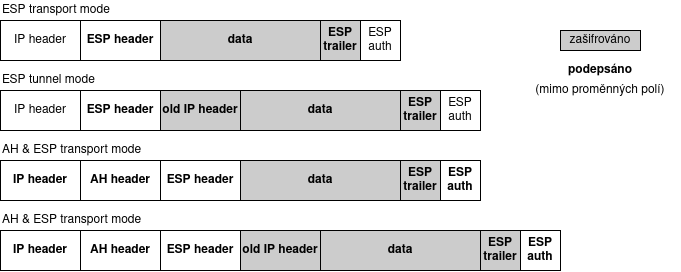
Above: BPC-IC2/images/ipsec-modes.png in VUT-FEKT-IBE/BPC-IBE-SZZ (draw.io), before the change. Source tidied: cells renumbered, new cells last; positions are measured from the earlier drawing's top-left corner, leaving out a move shared by most shapes. Its diagram source:
```xml
<mxGraphModel>
  <root>
    <mxCell id="0" />
    <mxCell id="1" parent="0" />
    <mxCell id="2" value="IP header" style="rounded=0;whiteSpace=wrap;html=1;" parent="1" vertex="1">
      <mxGeometry y="20" width="80" height="40" as="geometry" />
    </mxCell>
    <mxCell id="3" value="ESP header" style="rounded=0;whiteSpace=wrap;html=1;fontStyle=1;" parent="1" vertex="1">
      <mxGeometry x="80" y="20" width="80" height="40" as="geometry" />
    </mxCell>
    <mxCell id="4" value="data" style="rounded=0;whiteSpace=wrap;html=1;gradientDirection=north;fillColor=#CCCCCC;fontStyle=1;" parent="1" vertex="1">
      <mxGeometry x="160" y="20" width="160" height="40" as="geometry" />
    </mxCell>
    <mxCell id="5" value="ESP trailer" style="rounded=0;whiteSpace=wrap;html=1;gradientDirection=north;fillColor=#CCCCCC;fontStyle=1;" parent="1" vertex="1">
      <mxGeometry x="320" y="20" width="40" height="40" as="geometry" />
    </mxCell>
    <mxCell id="6" value="ESP auth" style="rounded=0;whiteSpace=wrap;html=1;" parent="1" vertex="1">
      <mxGeometry x="360" y="20" width="40" height="40" as="geometry" />
    </mxCell>
    <mxCell id="7" value="podepsáno" style="text;html=1;strokeColor=none;fillColor=none;align=center;verticalAlign=middle;whiteSpace=wrap;rounded=0;fontStyle=1;" parent="1" vertex="1">
      <mxGeometry x="560" y="60" width="80" height="20" as="geometry" />
    </mxCell>
    <mxCell id="8" value="IP header" style="rounded=0;whiteSpace=wrap;html=1;" parent="1" vertex="1">
      <mxGeometry y="90" width="80" height="40" as="geometry" />
    </mxCell>
    <mxCell id="9" value="ESP header" style="rounded=0;whiteSpace=wrap;html=1;fontStyle=1;" parent="1" vertex="1">
      <mxGeometry x="80" y="90" width="80" height="40" as="geometry" />
    </mxCell>
    <mxCell id="10" value="data" style="rounded=0;whiteSpace=wrap;html=1;fillColor=#CCCCCC;fontStyle=1;" parent="1" vertex="1">
      <mxGeometry x="240" y="90" width="160" height="40" as="geometry" />
    </mxCell>
    <mxCell id="11" value="ESP trailer" style="rounded=0;whiteSpace=wrap;html=1;fillColor=#CCCCCC;fontStyle=1;" parent="1" vertex="1">
      <mxGeometry x="400" y="90" width="40" height="40" as="geometry" />
    </mxCell>
    <mxCell id="12" value="ESP auth" style="rounded=0;whiteSpace=wrap;html=1;" parent="1" vertex="1">
      <mxGeometry x="440" y="90" width="40" height="40" as="geometry" />
    </mxCell>
    <mxCell id="13" value="ESP tunnel mode" style="text;html=1;strokeColor=none;fillColor=none;align=left;verticalAlign=middle;whiteSpace=wrap;rounded=0;" parent="1" vertex="1">
      <mxGeometry y="70" width="160" height="20" as="geometry" />
    </mxCell>
    <mxCell id="14" value="old IP header" style="rounded=0;whiteSpace=wrap;html=1;fillColor=#CCCCCC;fontStyle=1;" parent="1" vertex="1">
      <mxGeometry x="160" y="90" width="80" height="40" as="geometry" />
    </mxCell>
    <mxCell id="15" value="zašifrováno" style="rounded=0;whiteSpace=wrap;html=1;fillColor=#CCCCCC;" parent="1" vertex="1">
      <mxGeometry x="560" y="30" width="80" height="20" as="geometry" />
    </mxCell>
    <mxCell id="16" value="ESP transport mode" style="text;html=1;strokeColor=none;fillColor=none;align=left;verticalAlign=middle;whiteSpace=wrap;rounded=0;" parent="1" vertex="1">
      <mxGeometry width="160" height="20" as="geometry" />
    </mxCell>
    <mxCell id="17" value="IP header" style="rounded=0;whiteSpace=wrap;html=1;fontStyle=1;" parent="1" vertex="1">
      <mxGeometry y="160" width="80" height="40" as="geometry" />
    </mxCell>
    <mxCell id="18" value="ESP header" style="rounded=0;whiteSpace=wrap;html=1;fontStyle=1;" parent="1" vertex="1">
      <mxGeometry x="160" y="160" width="80" height="40" as="geometry" />
    </mxCell>
    <mxCell id="19" value="data" style="rounded=0;whiteSpace=wrap;html=1;gradientDirection=north;fillColor=#CCCCCC;fontStyle=1;" parent="1" vertex="1">
      <mxGeometry x="240" y="160" width="160" height="40" as="geometry" />
    </mxCell>
    <mxCell id="20" value="ESP trailer" style="rounded=0;whiteSpace=wrap;html=1;gradientDirection=north;fillColor=#CCCCCC;fontStyle=1;" parent="1" vertex="1">
      <mxGeometry x="400" y="160" width="40" height="40" as="geometry" />
    </mxCell>
    <mxCell id="21" value="ESP auth" style="rounded=0;whiteSpace=wrap;html=1;fontStyle=1;" parent="1" vertex="1">
      <mxGeometry x="440" y="160" width="40" height="40" as="geometry" />
    </mxCell>
    <mxCell id="22" value="AH &amp;amp; ESP transport mode" style="text;html=1;strokeColor=none;fillColor=none;align=left;verticalAlign=middle;whiteSpace=wrap;rounded=0;" parent="1" vertex="1">
      <mxGeometry y="140" width="160" height="20" as="geometry" />
    </mxCell>
    <mxCell id="23" value="AH header" style="rounded=0;whiteSpace=wrap;html=1;fontStyle=1;" parent="1" vertex="1">
      <mxGeometry x="80" y="160" width="80" height="40" as="geometry" />
    </mxCell>
    <mxCell id="24" value="data" style="rounded=0;whiteSpace=wrap;html=1;gradientDirection=north;fillColor=#CCCCCC;fontStyle=1;" parent="1" vertex="1">
      <mxGeometry x="320" y="230" width="160" height="40" as="geometry" />
    </mxCell>
    <mxCell id="25" value="ESP trailer" style="rounded=0;whiteSpace=wrap;html=1;gradientDirection=north;fillColor=#CCCCCC;fontStyle=1;" parent="1" vertex="1">
      <mxGeometry x="480" y="230" width="40" height="40" as="geometry" />
    </mxCell>
    <mxCell id="26" value="ESP auth" style="rounded=0;whiteSpace=wrap;html=1;fontStyle=1;" parent="1" vertex="1">
      <mxGeometry x="520" y="230" width="40" height="40" as="geometry" />
    </mxCell>
    <mxCell id="27" value="AH &amp;amp; ESP transport mode" style="text;html=1;strokeColor=none;fillColor=none;align=left;verticalAlign=middle;whiteSpace=wrap;rounded=0;" parent="1" vertex="1">
      <mxGeometry y="210" width="160" height="20" as="geometry" />
    </mxCell>
    <mxCell id="28" value="IP header" style="rounded=0;whiteSpace=wrap;html=1;fontStyle=1;" parent="1" vertex="1">
      <mxGeometry y="230" width="80" height="40" as="geometry" />
    </mxCell>
    <mxCell id="29" value="AH header" style="rounded=0;whiteSpace=wrap;html=1;fontStyle=1;" parent="1" vertex="1">
      <mxGeometry x="80" y="230" width="80" height="40" as="geometry" />
    </mxCell>
    <mxCell id="30" value="ESP header" style="rounded=0;whiteSpace=wrap;html=1;fontStyle=1;" parent="1" vertex="1">
      <mxGeometry x="160" y="230" width="80" height="40" as="geometry" />
    </mxCell>
    <mxCell id="31" value="old IP header" style="rounded=0;whiteSpace=wrap;html=1;fontStyle=1;fillColor=#CCCCCC;" parent="1" vertex="1">
      <mxGeometry x="240" y="230" width="80" height="40" as="geometry" />
    </mxCell>
    <mxCell id="32" value="(mimo proměnných polí)" style="text;html=1;strokeColor=none;fillColor=none;align=center;verticalAlign=middle;whiteSpace=wrap;rounded=0;fontStyle=0;" parent="1" vertex="1">
      <mxGeometry x="520" y="80" width="160" height="20" as="geometry" />
    </mxCell>
  </root>
</mxGraphModel>
```
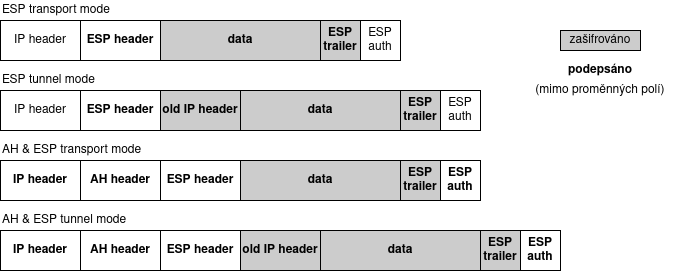
Later version of the same file.

Change to the diagram source:
```diff
@@ -77,7 +77,7 @@
     <mxCell id="26" value="ESP auth" style="rounded=0;whiteSpace=wrap;html=1;fontStyle=1;" parent="1" vertex="1">
       <mxGeometry x="520" y="230" width="40" height="40" as="geometry" />
     </mxCell>
-    <mxCell id="27" value="AH &amp;amp; ESP transport mode" style="text;html=1;strokeColor=none;fillColor=none;align=left;verticalAlign=middle;whiteSpace=wrap;rounded=0;" parent="1" vertex="1">
+    <mxCell id="27" value="AH &amp;amp; ESP tunnel mode" style="text;html=1;strokeColor=none;fillColor=none;align=left;verticalAlign=middle;whiteSpace=wrap;rounded=0;" parent="1" vertex="1">
       <mxGeometry y="210" width="160" height="20" as="geometry" />
     </mxCell>
     <mxCell id="28" value="IP header" style="rounded=0;whiteSpace=wrap;html=1;fontStyle=1;" parent="1" vertex="1">
```
